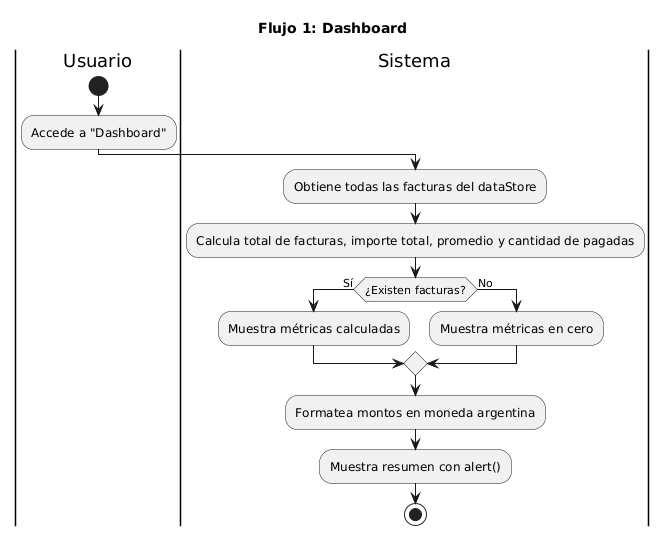
Earlier version of the PlantUML export docs/04-diagramas/01-diagramas-de-actividades/actividad-flujo-1-dashboard.png (ramiromarcosmorales/emiti-web).
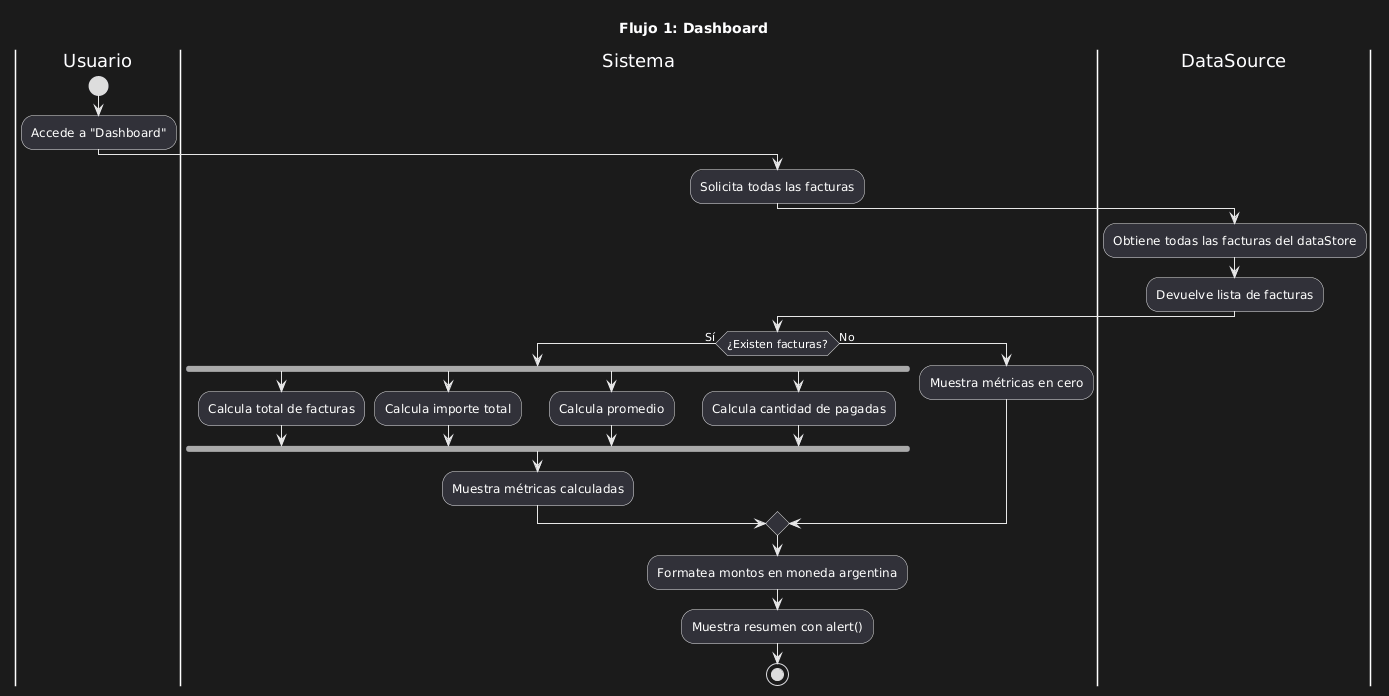
Above is the later version.

The edit, as a diff of the source:
```diff
@@ -6,10 +6,24 @@
 :Accede a "Dashboard";
 
 |Sistema|
+:Solicita todas las facturas;
+
+|DataSource|
 :Obtiene todas las facturas del dataStore;
-:Calcula total de facturas, importe total, promedio y cantidad de pagadas;
+:Devuelve lista de facturas;
 
+|Sistema|
 if (¿Existen facturas?) then (Sí)
+  fork
+    :Calcula total de facturas;
+  fork again
+    :Calcula importe total;
+  fork again
+    :Calcula promedio;
+  fork again
+    :Calcula cantidad de pagadas;
+  end fork
+
   :Muestra métricas calculadas;
 else (No)
   :Muestra métricas en cero;
```
